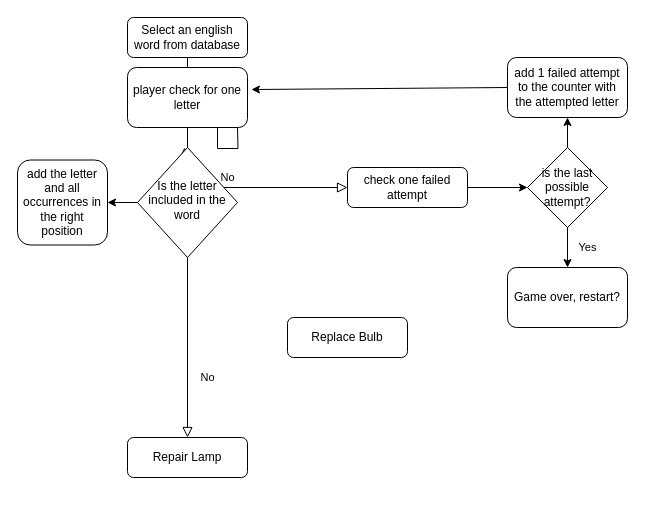
Before: Untitled Diagram.drawio in KengiCo/hangman-game, a draw.io diagram. Source tidied: cells renumbered, new cells numbered last; positions are measured from the earlier drawing's top-left corner, leaving out a move shared by most shapes. Both pictures are drawn from the tidied source at 100%, with x=0, y=0 at pixel (17, 17).
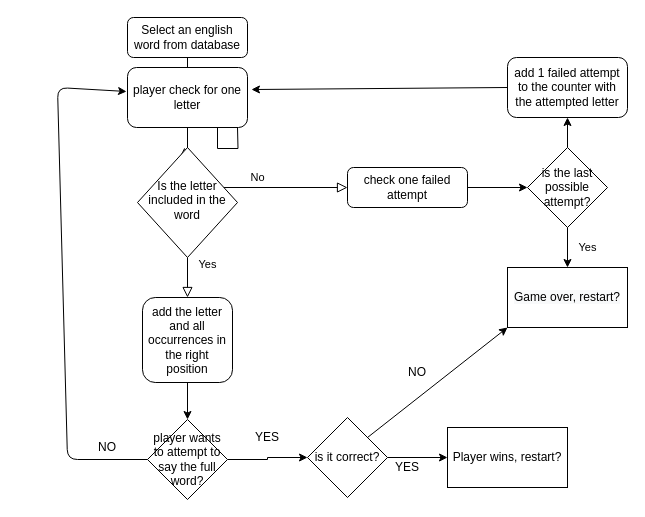
After the change.

Unchanged cells that the change refers to:
```xml
<mxCell id="6" value="check one failed attempt" style="rounded=1;whiteSpace=wrap;html=1;fontSize=12;glass=0;strokeWidth=1;shadow=0;" parent="1" vertex="1">
  <mxGeometry x="330" y="150" width="120" height="40" as="geometry" />
</mxCell>
<mxCell id="11" value="player check for one letter" style="rounded=1;whiteSpace=wrap;html=1;" parent="1" vertex="1">
  <mxGeometry x="110" y="50" width="120" height="60" as="geometry" />
</mxCell>
<mxCell id="12" value="Is the letter included in the word" style="rhombus;whiteSpace=wrap;html=1;shadow=0;fontFamily=Helvetica;fontSize=12;align=center;strokeWidth=1;spacing=6;spacingTop=-4;" parent="1" vertex="1">
  <mxGeometry x="120" y="130" width="100" height="110" as="geometry" />
</mxCell>
```

Diff of the diagram source:
```diff
@@
     <mxCell id="5" value="No" style="edgeStyle=orthogonalEdgeStyle;rounded=0;html=1;jettySize=auto;fontSize=11;endArrow=block;endFill=0;endSize=8;strokeWidth=1;shadow=0;labelBackgroundColor=none;startArrow=none;" parent="1" edge="1" source="12" target="6">
-      <mxGeometry y="10" relative="1" as="geometry">
+      <mxGeometry x="0.25" y="10" relative="1" as="geometry">
         <Array as="points">
           <mxPoint x="170" y="110" />
           <mxPoint x="170" y="170" />
           <mxPoint x="330" y="170" />
         </Array>
       </mxGeometry>
     </mxCell>
@@
-    <mxCell id="7" value="No" style="rounded=0;html=1;jettySize=auto;fontSize=11;endArrow=block;endFill=0;endSize=8;strokeWidth=1;shadow=0;labelBackgroundColor=none;edgeStyle=orthogonalEdgeStyle;" parent="1" edge="1" source="12" target="8">
-      <mxGeometry x="0.33" y="20" relative="1" as="geometry" />
+    <mxCell id="7" value="Yes" style="rounded=0;html=1;jettySize=auto;fontSize=11;endArrow=block;endFill=0;endSize=8;strokeWidth=1;shadow=0;labelBackgroundColor=none;edgeStyle=orthogonalEdgeStyle;entryX=0.5;entryY=0;entryDx=0;entryDy=0;" parent="1" edge="1" source="12" target="22">
+      <mxGeometry x="-0.67" y="20" relative="1" as="geometry" />
     </mxCell>
-    <mxCell id="8" value="Repair Lamp" style="rounded=1;whiteSpace=wrap;html=1;fontSize=12;glass=0;strokeWidth=1;shadow=0;" parent="1" vertex="1">
-      <mxGeometry x="110" y="420" width="120" height="40" as="geometry" />
-    </mxCell>
-    <mxCell id="9" value="Replace Bulb" style="rounded=1;whiteSpace=wrap;html=1;fontSize=12;glass=0;strokeWidth=1;shadow=0;" parent="1" vertex="1">
-      <mxGeometry x="270" y="300" width="120" height="40" as="geometry" />
-    </mxCell>
@@
+    <mxCell id="22" value="add the letter and all occurrences in the right position" style="rounded=1;whiteSpace=wrap;html=1;" parent="1" vertex="1">
+      <mxGeometry x="125" y="280" width="90" height="85" as="geometry" />
+    </mxCell>
+    <mxCell id="23" style="endArrow=classic;html=1;exitX=0.5;exitY=1;exitDx=0;exitDy=0;" parent="1" edge="1" source="22" target="25">
+      <mxGeometry relative="1" as="geometry" />
+    </mxCell>
+    <mxCell id="24" style="edgeStyle=orthogonalEdgeStyle;rounded=0;jettySize=auto;html=1;" parent="1" edge="1" source="25" target="27">
+      <mxGeometry relative="1" as="geometry" />
+    </mxCell>
+    <mxCell id="25" value="player wants to attempt to say the full word?" style="rhombus;whiteSpace=wrap;html=1;" parent="1" vertex="1">
+      <mxGeometry x="130" y="402" width="80" height="80" as="geometry" />
+    </mxCell>
+    <mxCell id="26" style="edgeStyle=orthogonalEdgeStyle;rounded=0;jettySize=auto;html=1;" parent="1" edge="1" source="27" target="30">
+      <mxGeometry relative="1" as="geometry" />
+    </mxCell>
+    <mxCell id="27" value="is it correct?" style="rhombus;whiteSpace=wrap;html=1;" parent="1" vertex="1">
+      <mxGeometry x="290" y="400" width="80" height="80" as="geometry" />
+    </mxCell>
+    <mxCell id="28" style="endArrow=classic;html=1;exitX=1;exitY=0;exitDx=0;exitDy=0;entryX=0;entryY=1;entryDx=0;entryDy=0;" parent="1" edge="1" source="27">
+      <mxGeometry relative="1" as="geometry">
+        <mxPoint x="490" y="310" as="targetPoint" />
+      </mxGeometry>
+    </mxCell>
+    <mxCell id="29" value="NO" style="text;html=1;strokeColor=none;fillColor=none;align=center;verticalAlign=middle;whiteSpace=wrap;rounded=0;" parent="1" vertex="1">
+      <mxGeometry x="380" y="345" width="40" height="20" as="geometry" />
+    </mxCell>
+    <mxCell id="30" value="Player wins, restart?" style="whiteSpace=wrap;html=1;" parent="1" vertex="1">
+      <mxGeometry x="430" y="410" width="120" height="60" as="geometry" />
+    </mxCell>
-    <mxCell id="20" value="Game over, restart?" style="rounded=1;whiteSpace=wrap;html=1;" parent="1" vertex="1">
+    <mxCell id="20" value="&lt;span style=&quot;color: rgb(0, 0, 0); font-family: helvetica; font-size: 12px; font-style: normal; font-weight: 400; letter-spacing: normal; text-align: center; text-indent: 0px; text-transform: none; word-spacing: 0px; background-color: rgb(248, 249, 250); display: inline; float: none;&quot;&gt;Game over, restart?&lt;/span&gt;" style="rounded=0;whiteSpace=wrap;html=1;" parent="1" vertex="1">
       <mxGeometry x="490" y="250" width="120" height="60" as="geometry" />
     </mxCell>
-    <mxCell id="21" style="endArrow=classic;html=1;exitX=0;exitY=0.5;exitDx=0;exitDy=0;" parent="1" edge="1" source="12" target="22">
-      <mxGeometry relative="1" as="geometry" />
-    </mxCell>
-    <mxCell id="22" value="add the letter and all occurrences in the right position" style="rounded=1;whiteSpace=wrap;html=1;" parent="1" vertex="1">
-      <mxGeometry y="142.5" width="90" height="85" as="geometry" />
-    </mxCell>
+    <mxCell id="31" value="YES" style="text;html=1;strokeColor=none;fillColor=none;align=center;verticalAlign=middle;whiteSpace=wrap;rounded=0;" parent="1" vertex="1">
+      <mxGeometry x="370" y="440" width="40" height="20" as="geometry" />
+    </mxCell>
+    <mxCell id="32" value="YES" style="text;html=1;strokeColor=none;fillColor=none;align=center;verticalAlign=middle;whiteSpace=wrap;rounded=0;" parent="1" vertex="1">
+      <mxGeometry x="230" y="410" width="40" height="20" as="geometry" />
+    </mxCell>
+    <mxCell id="33" style="endArrow=classic;html=1;exitX=0;exitY=0.5;exitDx=0;exitDy=0;entryX=-0.008;entryY=0.4;entryDx=0;entryDy=0;entryPerimeter=0;" parent="1" edge="1" source="25" target="11">
+      <mxGeometry relative="1" as="geometry">
+        <Array as="points">
+          <mxPoint x="50" y="442" />
+          <mxPoint x="40" y="70" />
+        </Array>
+      </mxGeometry>
+    </mxCell>
+    <mxCell id="34" value="NO" style="text;html=1;strokeColor=none;fillColor=none;align=center;verticalAlign=middle;whiteSpace=wrap;rounded=0;" parent="1" vertex="1">
+      <mxGeometry x="70" y="420" width="40" height="20" as="geometry" />
+    </mxCell>
```
